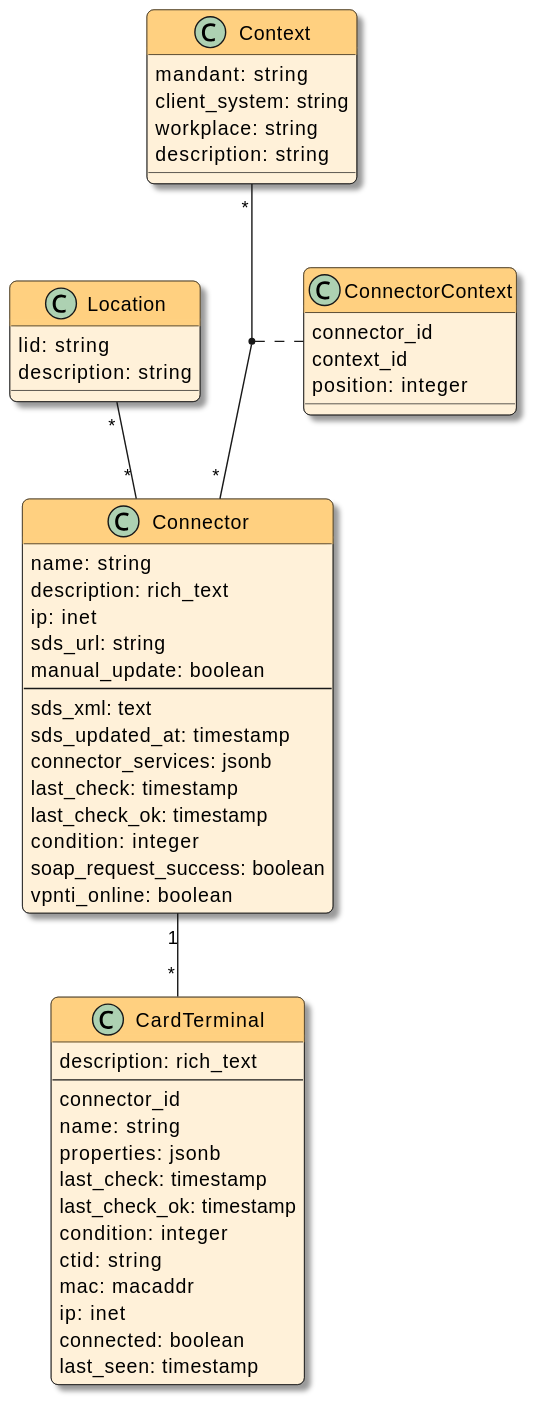
Before: docsrc/devnotes/modules/ROOT/images/models.svg, a diagram exported from PlantUML (swobspace/cocard).
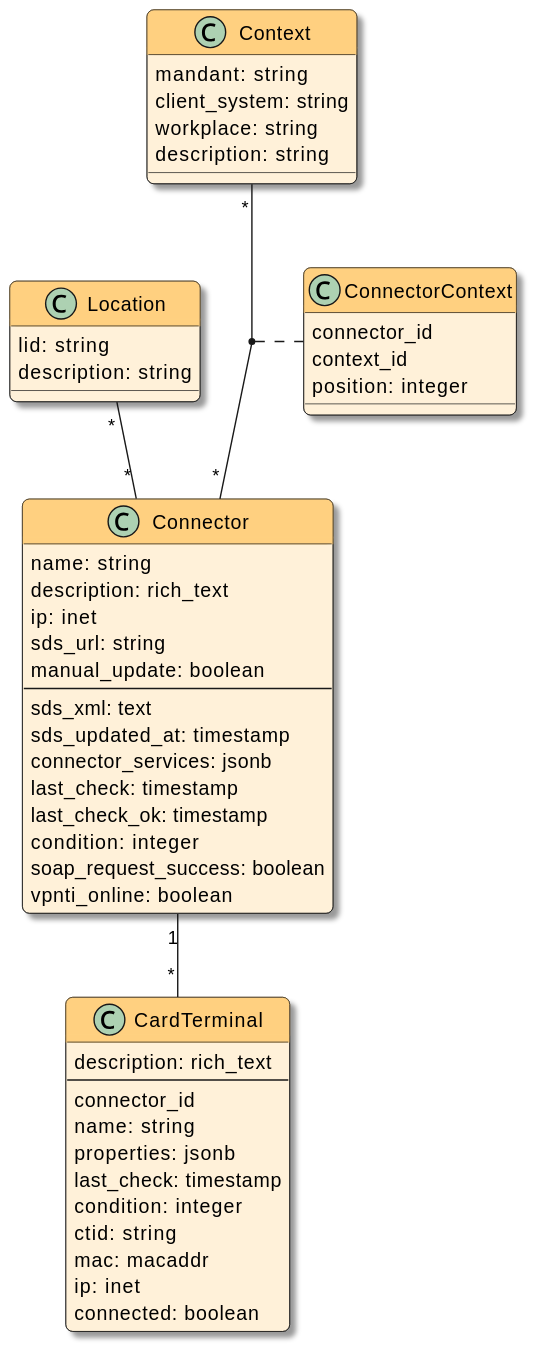
After the change.

The edit, as a diff of the source:
```diff
@@ -27,13 +27,11 @@
   name: string
   properties: jsonb
   last_check: timestamp
-  last_check_ok: timestamp
   condition: integer
   ctid: string
   mac: macaddr
   ip: inet
   connected: boolean
-  last_seen: timestamp
 }
 
 class Location {
```
